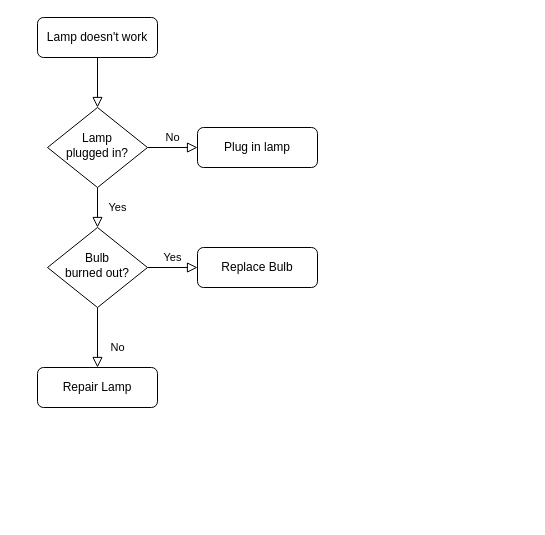
Above: Untitled Diagram.drawio in alyssasamp/CODESET9 (draw.io), before the change. Source tidied: cells renumbered, new cells numbered last; positions are measured from the earlier drawing's top-left corner, leaving out a move shared by most shapes. Both pictures are drawn from the tidied source at 100%, with x=0, y=0 at pixel (37, 17).
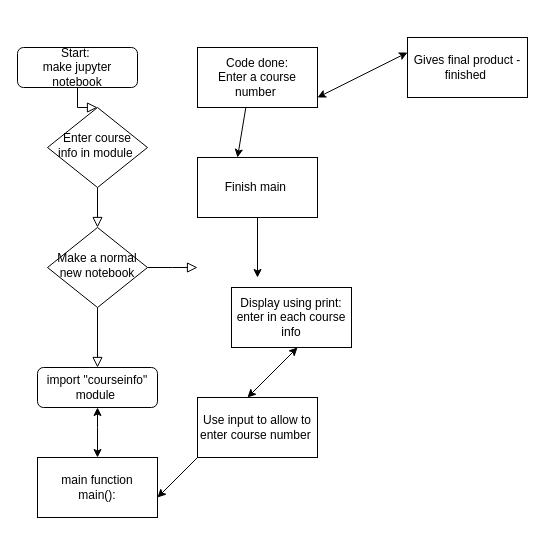
The same page after the edit.

Commit message:
Code9flowchart

What changed in the source:
```diff
@@
-    <mxCell id="3" value="Lamp doesn't work" style="rounded=1;whiteSpace=wrap;html=1;fontSize=12;glass=0;strokeWidth=1;shadow=0;" parent="1" vertex="1">
-      <mxGeometry width="120" height="40" as="geometry" />
+    <mxCell id="3" value="Start:&amp;nbsp;&lt;br&gt;make jupyter notebook" style="rounded=1;whiteSpace=wrap;html=1;fontSize=12;glass=0;strokeWidth=1;shadow=0;" parent="1" vertex="1">
+      <mxGeometry x="-20" y="30" width="120" height="40" as="geometry" />
     </mxCell>
-    <mxCell id="4" value="Yes" style="rounded=0;html=1;jettySize=auto;fontSize=11;endArrow=block;endFill=0;endSize=8;strokeWidth=1;shadow=0;labelBackgroundColor=none;edgeStyle=orthogonalEdgeStyle;" parent="1" edge="1" source="6" target="10">
+    <mxCell id="4" style="rounded=0;html=1;jettySize=auto;fontSize=11;endArrow=block;endFill=0;endSize=8;strokeWidth=1;shadow=0;labelBackgroundColor=none;edgeStyle=orthogonalEdgeStyle;" parent="1" edge="1" source="6" target="10">
       <mxGeometry y="20" relative="1" as="geometry" />
     </mxCell>
-    <mxCell id="5" value="No" style="edgeStyle=orthogonalEdgeStyle;rounded=0;html=1;jettySize=auto;fontSize=11;endArrow=block;endFill=0;endSize=8;strokeWidth=1;shadow=0;labelBackgroundColor=none;" parent="1" edge="1" source="6" target="7">
-      <mxGeometry y="10" relative="1" as="geometry" />
-    </mxCell>
-    <mxCell id="6" value="Lamp&lt;br&gt;plugged in?" style="rhombus;whiteSpace=wrap;html=1;shadow=0;fontFamily=Helvetica;fontSize=12;align=center;strokeWidth=1;spacing=6;spacingTop=-4;" parent="1" vertex="1">
+    <mxCell id="6" value="Enter course info in module&amp;nbsp;" style="rhombus;whiteSpace=wrap;html=1;shadow=0;fontFamily=Helvetica;fontSize=12;align=center;strokeWidth=1;spacing=6;spacingTop=-4;" parent="1" vertex="1">
       <mxGeometry x="10" y="90" width="100" height="80" as="geometry" />
     </mxCell>
-    <mxCell id="7" value="Plug in lamp" style="rounded=1;whiteSpace=wrap;html=1;fontSize=12;glass=0;strokeWidth=1;shadow=0;" parent="1" vertex="1">
-      <mxGeometry x="160" y="110" width="120" height="40" as="geometry" />
-    </mxCell>
-    <mxCell id="8" value="No" style="rounded=0;html=1;jettySize=auto;fontSize=11;endArrow=block;endFill=0;endSize=8;strokeWidth=1;shadow=0;labelBackgroundColor=none;edgeStyle=orthogonalEdgeStyle;" parent="1" edge="1" source="10" target="11">
+    <mxCell id="8" style="rounded=0;html=1;jettySize=auto;fontSize=11;endArrow=block;endFill=0;endSize=8;strokeWidth=1;shadow=0;labelBackgroundColor=none;edgeStyle=orthogonalEdgeStyle;" parent="1" edge="1" source="10" target="11">
       <mxGeometry x="0.33" y="20" relative="1" as="geometry" />
     </mxCell>
-    <mxCell id="9" value="Yes" style="edgeStyle=orthogonalEdgeStyle;rounded=0;html=1;jettySize=auto;fontSize=11;endArrow=block;endFill=0;endSize=8;strokeWidth=1;shadow=0;labelBackgroundColor=none;" parent="1" edge="1" source="10" target="12">
-      <mxGeometry y="10" relative="1" as="geometry" />
+    <mxCell id="9" style="edgeStyle=orthogonalEdgeStyle;rounded=0;html=1;jettySize=auto;fontSize=11;endArrow=block;endFill=0;endSize=8;strokeWidth=1;shadow=0;labelBackgroundColor=none;" parent="1" edge="1" source="10">
+      <mxGeometry y="10" relative="1" as="geometry">
+        <mxPoint x="160" y="250" as="targetPoint" />
+      </mxGeometry>
     </mxCell>
-    <mxCell id="10" value="Bulb&lt;br&gt;burned out?" style="rhombus;whiteSpace=wrap;html=1;shadow=0;fontFamily=Helvetica;fontSize=12;align=center;strokeWidth=1;spacing=6;spacingTop=-4;" parent="1" vertex="1">
+    <mxCell id="10" value="Make a normal new notebook" style="rhombus;whiteSpace=wrap;html=1;shadow=0;fontFamily=Helvetica;fontSize=12;align=center;strokeWidth=1;spacing=6;spacingTop=-4;" parent="1" vertex="1">
       <mxGeometry x="10" y="210" width="100" height="80" as="geometry" />
     </mxCell>
-    <mxCell id="11" value="Repair Lamp" style="rounded=1;whiteSpace=wrap;html=1;fontSize=12;glass=0;strokeWidth=1;shadow=0;" parent="1" vertex="1">
+    <mxCell id="11" value="import &quot;courseinfo&quot; module&amp;nbsp;" style="rounded=1;whiteSpace=wrap;html=1;fontSize=12;glass=0;strokeWidth=1;shadow=0;" parent="1" vertex="1">
       <mxGeometry y="350" width="120" height="40" as="geometry" />
     </mxCell>
-    <mxCell id="12" value="Replace Bulb" style="rounded=1;whiteSpace=wrap;html=1;fontSize=12;glass=0;strokeWidth=1;shadow=0;" parent="1" vertex="1">
-      <mxGeometry x="160" y="230" width="120" height="40" as="geometry" />
-    </mxCell>
+    <mxCell id="13" value="main function&lt;br&gt;main():&lt;br&gt;" style="rounded=0;whiteSpace=wrap;html=1;" parent="1" vertex="1">
+      <mxGeometry y="440" width="120" height="60" as="geometry" />
+    </mxCell>
+    <mxCell id="14" style="endArrow=classic;startArrow=classic;html=1;rounded=0;entryX=0.5;entryY=1;entryDx=0;entryDy=0;exitX=0.5;exitY=0;exitDx=0;exitDy=0;" parent="1" edge="1" source="13" target="11">
+      <mxGeometry relative="1" as="geometry">
+        <Array as="points">
+          <mxPoint x="60" y="410" />
+        </Array>
+      </mxGeometry>
+    </mxCell>
+    <mxCell id="15" style="endArrow=classic;startArrow=classic;html=1;rounded=0;" parent="1" edge="1">
+      <mxGeometry relative="1" as="geometry">
+        <mxPoint x="120" y="480" as="sourcePoint" />
+        <mxPoint x="170" y="430" as="targetPoint" />
+      </mxGeometry>
+    </mxCell>
+    <mxCell id="16" value="Use input to allow to enter course number&amp;nbsp;" style="rounded=0;whiteSpace=wrap;html=1;" parent="1" vertex="1">
+      <mxGeometry x="160" y="380" width="120" height="60" as="geometry" />
+    </mxCell>
+    <mxCell id="17" style="endArrow=classic;startArrow=classic;html=1;rounded=0;" parent="1" edge="1">
+      <mxGeometry relative="1" as="geometry">
+        <mxPoint x="210" y="380" as="sourcePoint" />
+        <mxPoint x="260" y="330" as="targetPoint" />
+      </mxGeometry>
+    </mxCell>
+    <mxCell id="18" value="Display using print:&lt;br&gt;enter in each course info" style="rounded=0;whiteSpace=wrap;html=1;" parent="1" vertex="1">
+      <mxGeometry x="194" y="270" width="120" height="60" as="geometry" />
+    </mxCell>
+    <mxCell id="19" style="endArrow=classic;startArrow=classic;html=1;rounded=0;" parent="1" edge="1">
+      <mxGeometry relative="1" as="geometry">
+        <mxPoint x="220" y="260" as="sourcePoint" />
+        <mxPoint x="220" y="190" as="targetPoint" />
+      </mxGeometry>
+    </mxCell>
+    <mxCell id="20" value="Finish main&amp;nbsp;" style="rounded=0;whiteSpace=wrap;html=1;" parent="1" vertex="1">
+      <mxGeometry x="160" y="140" width="120" height="60" as="geometry" />
+    </mxCell>
+    <mxCell id="21" style="endArrow=classic;startArrow=classic;html=1;rounded=0;" parent="1" edge="1">
+      <mxGeometry relative="1" as="geometry">
+        <mxPoint x="200" y="140" as="sourcePoint" />
+        <mxPoint x="210" y="80" as="targetPoint" />
+      </mxGeometry>
+    </mxCell>
+    <mxCell id="22" value="Code done:&lt;br&gt;Enter a course number&amp;nbsp;" style="rounded=0;whiteSpace=wrap;html=1;" parent="1" vertex="1">
+      <mxGeometry x="160" y="30" width="120" height="60" as="geometry" />
+    </mxCell>
+    <mxCell id="23" value="Gives final product -&lt;br&gt;finished&amp;nbsp;" style="rounded=0;whiteSpace=wrap;html=1;" parent="1" vertex="1">
+      <mxGeometry x="370" y="20" width="120" height="60" as="geometry" />
+    </mxCell>
+    <mxCell id="24" style="endArrow=classic;startArrow=classic;html=1;rounded=0;entryX=0;entryY=0.25;entryDx=0;entryDy=0;" parent="1" edge="1" target="23">
+      <mxGeometry relative="1" as="geometry">
+        <mxPoint x="280" y="80" as="sourcePoint" />
+      </mxGeometry>
+    </mxCell>
```
